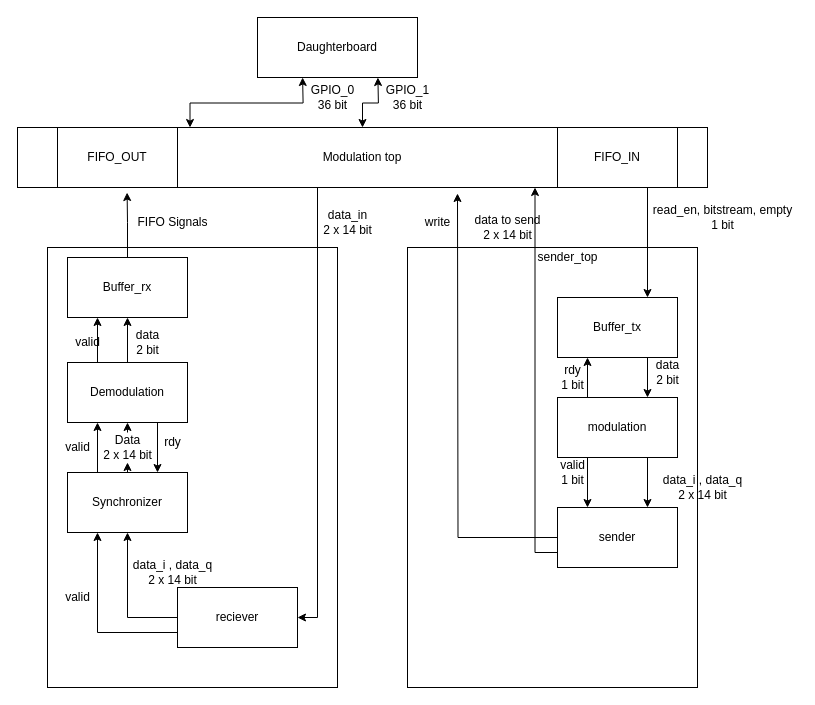
Above: fpga_design/schematics/VHDLENTITIES.drawio in S160067/Modulation_DTU (draw.io), before the change. Source tidied: cells renumbered, new cells numbered last; positions are measured from the earlier drawing's top-left corner, leaving out a move shared by most shapes. Both pictures are drawn from the tidied source at 100%, with x=0, y=0 at pixel (17, 17).
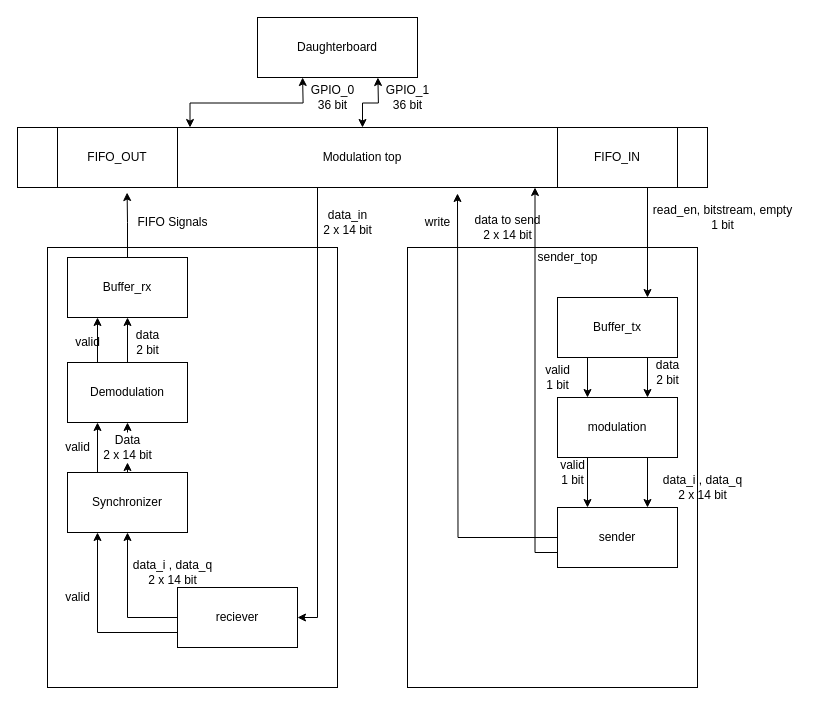
The same page after the edit.

The change refers to these unchanged cells:
```xml
<mxCell id="15" value="Buffer_tx" style="whiteSpace=wrap;html=1;" parent="1" vertex="1">
  <mxGeometry x="540" y="280" width="120" height="60" as="geometry" />
</mxCell>
<mxCell id="19" value="modulation" style="whiteSpace=wrap;html=1;" parent="1" vertex="1">
  <mxGeometry x="540" y="380" width="120" height="60" as="geometry" />
</mxCell>
<mxCell id="37" value="Synchronizer" style="whiteSpace=wrap;html=1;" parent="1" vertex="1">
  <mxGeometry x="50" y="455" width="120" height="60" as="geometry" />
</mxCell>
<mxCell id="42" value="Demodulation" style="whiteSpace=wrap;html=1;" parent="1" vertex="1">
  <mxGeometry x="50" y="345" width="120" height="60" as="geometry" />
</mxCell>
```

The edit, as a diff of the source:
```diff
@@
-    <mxCell id="16" style="edgeStyle=orthogonalEdgeStyle;rounded=0;jettySize=auto;html=1;exitX=0.25;exitY=0;exitDx=0;exitDy=0;entryX=0.25;entryY=1;entryDx=0;entryDy=0;startArrow=none;startFill=0;" parent="1" edge="1" source="19" target="15">
+    <mxCell id="16" style="edgeStyle=orthogonalEdgeStyle;rounded=0;jettySize=auto;html=1;exitX=0.25;exitY=0;exitDx=0;exitDy=0;entryX=0.25;entryY=1;entryDx=0;entryDy=0;startArrow=classic;startFill=1;endArrow=none;endFill=0;" parent="1" edge="1" source="19" target="15">
       <mxGeometry relative="1" as="geometry" />
     </mxCell>
@@
-    <mxCell id="21" value="rdy&lt;br&gt;1 bit" style="text;html=1;align=center;verticalAlign=middle;" parent="1" vertex="1">
-      <mxGeometry x="535" y="345" width="40" height="30" as="geometry" />
+    <mxCell id="21" value="valid&lt;br&gt;1 bit" style="text;html=1;align=center;verticalAlign=middle;" parent="1" vertex="1">
+      <mxGeometry x="520" y="345" width="40" height="30" as="geometry" />
     </mxCell>
@@
-    <mxCell id="41" style="edgeStyle=orthogonalEdgeStyle;rounded=0;jettySize=auto;html=1;exitX=0.75;exitY=1;exitDx=0;exitDy=0;entryX=0.75;entryY=0;entryDx=0;entryDy=0;" parent="1" edge="1" source="42" target="37">
-      <mxGeometry relative="1" as="geometry" />
-    </mxCell>
@@
-    <mxCell id="48" value="rdy" style="text;html=1;align=center;verticalAlign=middle;" parent="1" vertex="1">
-      <mxGeometry x="140" y="415" width="30" height="20" as="geometry" />
-    </mxCell>
```
